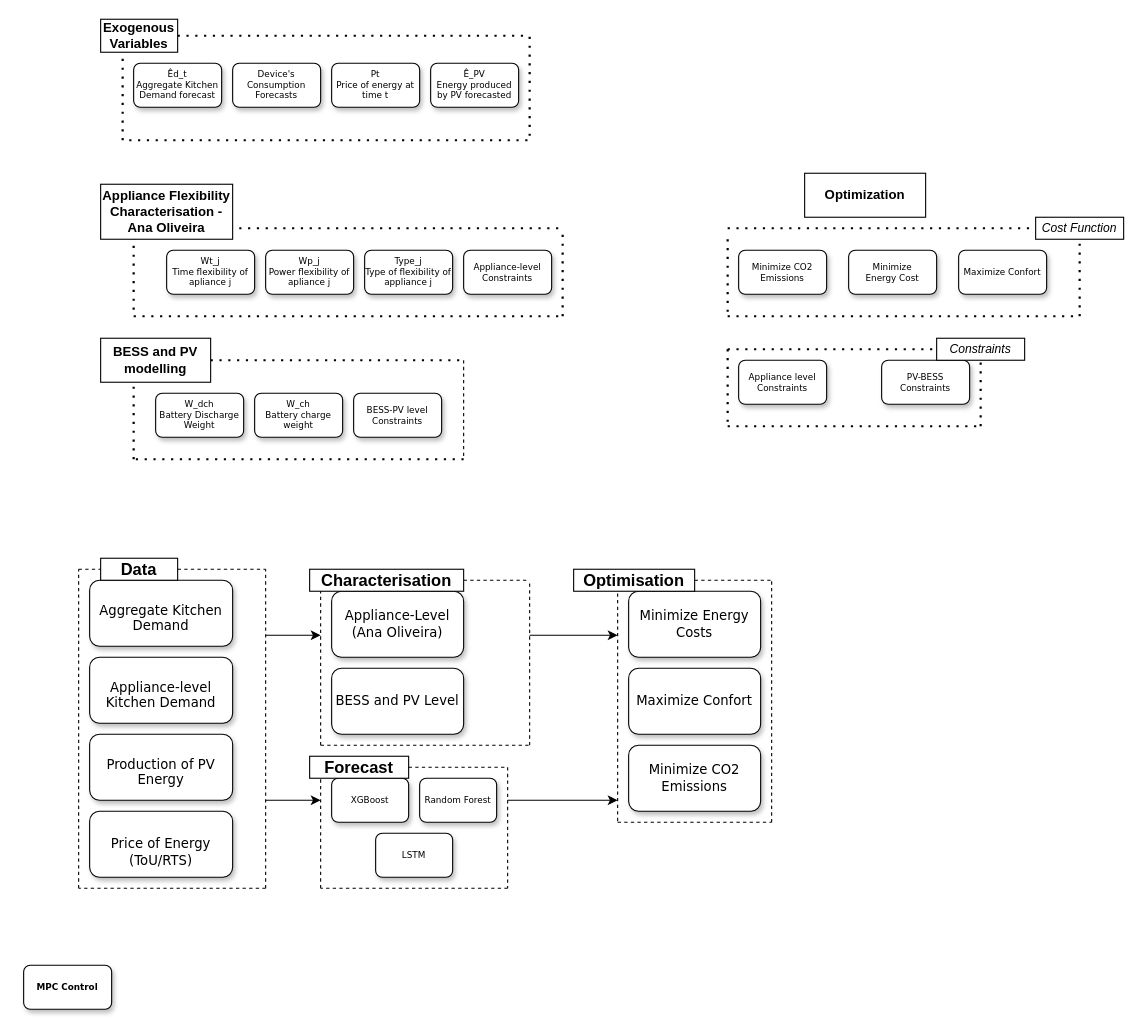
Earlier version of the draw.io diagram pic_methodologie.drawio (luistmartins/thesis_ik). Source tidied: cells renumbered, new cells numbered last; positions are measured from the earlier drawing's top-left corner, leaving out a move shared by most shapes. Both pictures are drawn from the tidied source at 110%, with x=0, y=0 at pixel (23, 19).
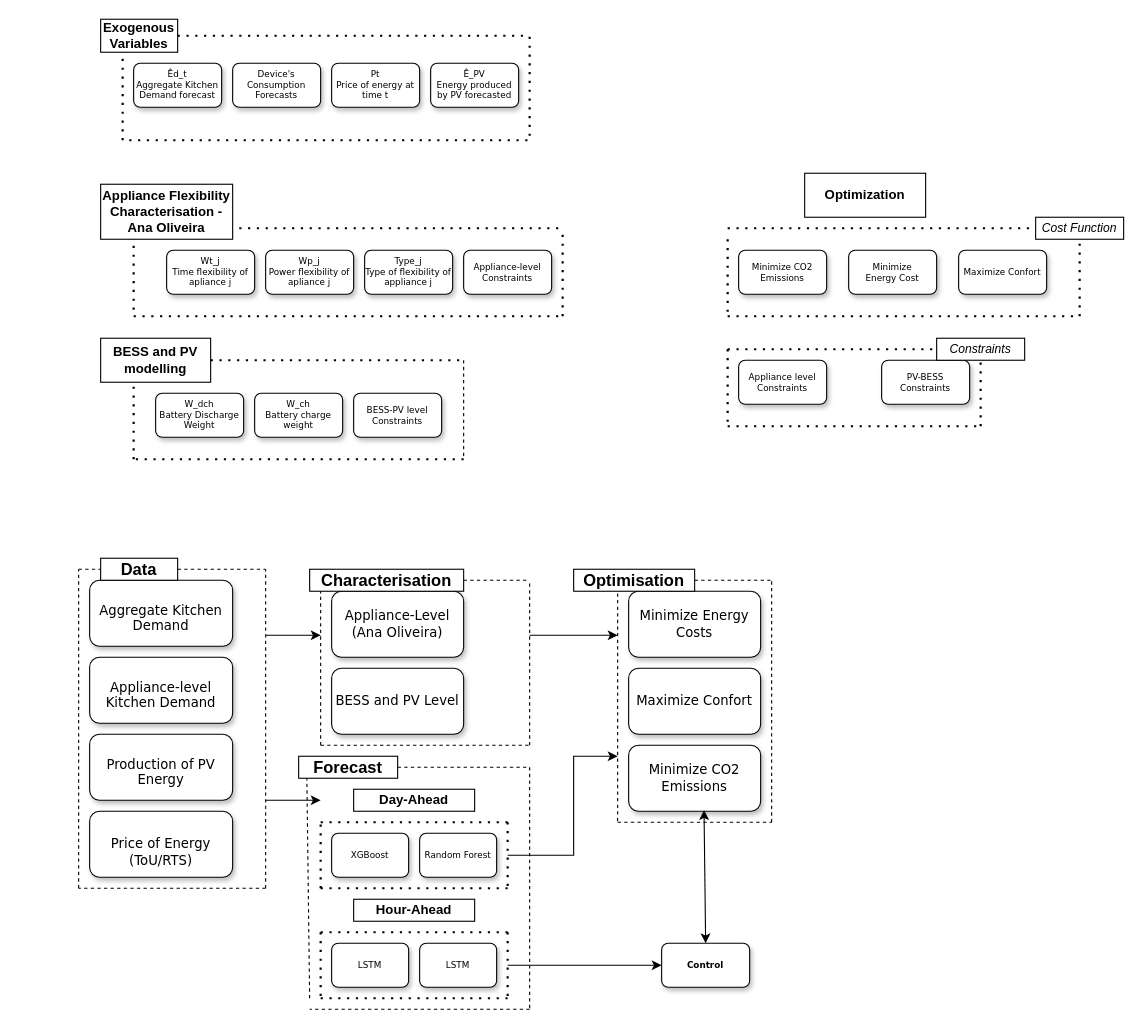
After the change.

Unchanged cells that the change refers to:
```xml
<mxCell id="64" value="&lt;font style=&quot;font-size: 12px;&quot;&gt;Minimize CO2 Emissions&lt;/font&gt;" style="whiteSpace=wrap;html=1;fontSize=8;fontFamily=Verdana;rounded=1;shadow=1;labelBackgroundColor=none;strokeWidth=1;" parent="1" vertex="1">
  <mxGeometry x="550" y="660" width="120" height="60" as="geometry" />
</mxCell>
```

What changed in the source:
```diff
@@
-    <mxCell id="41" value="&lt;b&gt;MPC Control&lt;/b&gt;" style="rounded=1;whiteSpace=wrap;html=1;shadow=1;labelBackgroundColor=none;strokeWidth=1;fontFamily=Verdana;fontSize=8;align=center;" parent="1" vertex="1">
-      <mxGeometry y="860" width="80" height="40" as="geometry" />
+    <mxCell id="41" value="&lt;b&gt;Control&lt;/b&gt;" style="rounded=1;whiteSpace=wrap;html=1;shadow=1;labelBackgroundColor=none;strokeWidth=1;fontFamily=Verdana;fontSize=8;align=center;" parent="1" vertex="1">
+      <mxGeometry x="580" y="840" width="80" height="40" as="geometry" />
     </mxCell>
@@
     <mxCell id="71" value="&lt;div&gt;XGBoost&lt;/div&gt;" style="whiteSpace=wrap;html=1;fontSize=8;fontFamily=Verdana;rounded=1;shadow=1;labelBackgroundColor=none;strokeWidth=1;" parent="1" vertex="1">
-      <mxGeometry x="280" y="690" width="70" height="40" as="geometry" />
+      <mxGeometry x="280" y="740" width="70" height="40" as="geometry" />
     </mxCell>
-    <mxCell id="72" style="endArrow=none;dashed=1;html=1;rounded=0;" parent="1" edge="1">
+    <mxCell id="72" style="endArrow=none;dashed=1;html=1;rounded=0;entryX=0.083;entryY=1;entryDx=0;entryDy=0;entryPerimeter=0;" parent="1" edge="1" target="73">
       <mxGeometry relative="1" as="geometry">
-        <mxPoint x="270" y="790" as="sourcePoint" />
-        <mxPoint x="270" y="681" as="targetPoint" />
+        <mxPoint x="260" y="890" as="sourcePoint" />
       </mxGeometry>
     </mxCell>
     <mxCell id="73" value="&lt;font style=&quot;font-size: 15px;&quot;&gt;&lt;b&gt;Forecast&lt;/b&gt;&lt;/font&gt;" style="whiteSpace=wrap;html=1;" parent="1" vertex="1">
-      <mxGeometry x="260" y="670" width="90" height="20" as="geometry" />
+      <mxGeometry x="250" y="670" width="90" height="20" as="geometry" />
     </mxCell>
     <mxCell id="74" value="&lt;div&gt;LSTM&lt;/div&gt;" style="whiteSpace=wrap;html=1;fontSize=8;fontFamily=Verdana;rounded=1;shadow=1;labelBackgroundColor=none;strokeWidth=1;" parent="1" vertex="1">
-      <mxGeometry x="320" y="740" width="70" height="40" as="geometry" />
+      <mxGeometry x="280" y="840" width="70" height="40" as="geometry" />
     </mxCell>
     <mxCell id="75" value="&lt;div&gt;Random Forest&lt;/div&gt;" style="whiteSpace=wrap;html=1;fontSize=8;fontFamily=Verdana;rounded=1;shadow=1;labelBackgroundColor=none;strokeWidth=1;" parent="1" vertex="1">
-      <mxGeometry x="360" y="690" width="70" height="40" as="geometry" />
+      <mxGeometry x="360" y="740" width="70" height="40" as="geometry" />
     </mxCell>
@@
     <mxCell id="77" style="endArrow=none;dashed=1;html=1;rounded=0;exitX=1;exitY=0.5;exitDx=0;exitDy=0;" parent="1" edge="1" source="73">
       <mxGeometry relative="1" as="geometry">
-        <mxPoint x="440" y="680" as="targetPoint" />
+        <mxPoint x="460" y="680" as="targetPoint" />
       </mxGeometry>
     </mxCell>
     <mxCell id="78" style="endArrow=none;dashed=1;html=1;rounded=0;" parent="1" edge="1">
       <mxGeometry relative="1" as="geometry">
-        <mxPoint x="440" y="680" as="sourcePoint" />
-        <mxPoint x="440" y="790" as="targetPoint" />
+        <mxPoint x="460" y="680" as="sourcePoint" />
+        <mxPoint x="460" y="900" as="targetPoint" />
       </mxGeometry>
     </mxCell>
     <mxCell id="79" style="endArrow=none;dashed=1;html=1;rounded=0;" parent="1" edge="1">
       <mxGeometry relative="1" as="geometry">
-        <mxPoint x="440" y="790" as="sourcePoint" />
-        <mxPoint x="270" y="790" as="targetPoint" />
+        <mxPoint x="460" y="900" as="sourcePoint" />
+        <mxPoint x="260" y="900" as="targetPoint" />
       </mxGeometry>
     </mxCell>
@@
     <mxCell id="81" style="endArrow=classic;html=1;rounded=0;" parent="1" edge="1">
       <mxGeometry relative="1" as="geometry">
-        <mxPoint x="440" y="710" as="sourcePoint" />
-        <mxPoint x="540" y="710" as="targetPoint" />
+        <mxPoint x="440" y="760" as="sourcePoint" />
+        <mxPoint x="540" y="670" as="targetPoint" />
+        <Array as="points">
+          <mxPoint x="500" y="760" />
+          <mxPoint x="500" y="670" />
+        </Array>
       </mxGeometry>
     </mxCell>
@@
+    <mxCell id="85" value="Day-Ahead" style="rounded=0;whiteSpace=wrap;html=1;fontStyle=1;" parent="1" vertex="1">
+      <mxGeometry x="300" y="700" width="110" height="20" as="geometry" />
+    </mxCell>
+    <mxCell id="86" value="Hour-Ahead" style="rounded=0;whiteSpace=wrap;html=1;fontStyle=1;" parent="1" vertex="1">
+      <mxGeometry x="300" y="800" width="110" height="20" as="geometry" />
+    </mxCell>
+    <mxCell id="87" value="&lt;div&gt;LSTM&lt;/div&gt;" style="whiteSpace=wrap;html=1;fontSize=8;fontFamily=Verdana;rounded=1;shadow=1;labelBackgroundColor=none;strokeWidth=1;" parent="1" vertex="1">
+      <mxGeometry x="360" y="840" width="70" height="40" as="geometry" />
+    </mxCell>
+    <mxCell id="88" style="endArrow=none;dashed=1;html=1;dashPattern=1 3;strokeWidth=2;rounded=0;" parent="1" edge="1">
+      <mxGeometry relative="1" as="geometry">
+        <mxPoint x="270" y="830" as="sourcePoint" />
+        <mxPoint x="440" y="830" as="targetPoint" />
+      </mxGeometry>
+    </mxCell>
+    <mxCell id="89" style="endArrow=none;dashed=1;html=1;dashPattern=1 3;strokeWidth=2;rounded=0;" parent="1" edge="1">
+      <mxGeometry relative="1" as="geometry">
+        <mxPoint x="440" y="830" as="sourcePoint" />
+        <mxPoint x="440" y="890" as="targetPoint" />
+      </mxGeometry>
+    </mxCell>
+    <mxCell id="90" style="endArrow=none;dashed=1;html=1;dashPattern=1 3;strokeWidth=2;rounded=0;" parent="1" edge="1">
+      <mxGeometry relative="1" as="geometry">
+        <mxPoint x="270" y="830" as="sourcePoint" />
+        <mxPoint x="270" y="890" as="targetPoint" />
+      </mxGeometry>
+    </mxCell>
+    <mxCell id="91" style="endArrow=none;dashed=1;html=1;dashPattern=1 3;strokeWidth=2;rounded=0;" parent="1" edge="1">
+      <mxGeometry relative="1" as="geometry">
+        <mxPoint x="270" y="890" as="sourcePoint" />
+        <mxPoint x="440" y="890" as="targetPoint" />
+      </mxGeometry>
+    </mxCell>
+    <mxCell id="92" style="endArrow=none;dashed=1;html=1;dashPattern=1 3;strokeWidth=2;rounded=0;" parent="1" edge="1">
+      <mxGeometry relative="1" as="geometry">
+        <mxPoint x="270" y="790" as="sourcePoint" />
+        <mxPoint x="270" y="730" as="targetPoint" />
+      </mxGeometry>
+    </mxCell>
+    <mxCell id="93" style="endArrow=none;dashed=1;html=1;dashPattern=1 3;strokeWidth=2;rounded=0;" parent="1" edge="1">
+      <mxGeometry relative="1" as="geometry">
+        <mxPoint x="270" y="730" as="sourcePoint" />
+        <mxPoint x="440" y="730" as="targetPoint" />
+      </mxGeometry>
+    </mxCell>
+    <mxCell id="94" style="endArrow=none;dashed=1;html=1;dashPattern=1 3;strokeWidth=2;rounded=0;" parent="1" edge="1">
+      <mxGeometry relative="1" as="geometry">
+        <mxPoint x="440" y="730" as="sourcePoint" />
+        <mxPoint x="440" y="790" as="targetPoint" />
+      </mxGeometry>
+    </mxCell>
+    <mxCell id="95" style="endArrow=none;dashed=1;html=1;dashPattern=1 3;strokeWidth=2;rounded=0;" parent="1" edge="1">
+      <mxGeometry relative="1" as="geometry">
+        <mxPoint x="270" y="790" as="sourcePoint" />
+        <mxPoint x="440" y="790" as="targetPoint" />
+      </mxGeometry>
+    </mxCell>
+    <mxCell id="96" style="endArrow=classic;html=1;rounded=0;entryX=0;entryY=0.5;entryDx=0;entryDy=0;" parent="1" edge="1" target="41">
+      <mxGeometry relative="1" as="geometry">
+        <mxPoint x="440" y="860" as="sourcePoint" />
+      </mxGeometry>
+    </mxCell>
+    <mxCell id="97" style="endArrow=classic;startArrow=classic;html=1;rounded=0;exitX=0.5;exitY=0;exitDx=0;exitDy=0;entryX=0.571;entryY=0.983;entryDx=0;entryDy=0;entryPerimeter=0;" parent="1" edge="1" source="41" target="64">
+      <mxGeometry relative="1" as="geometry" />
+    </mxCell>
```
